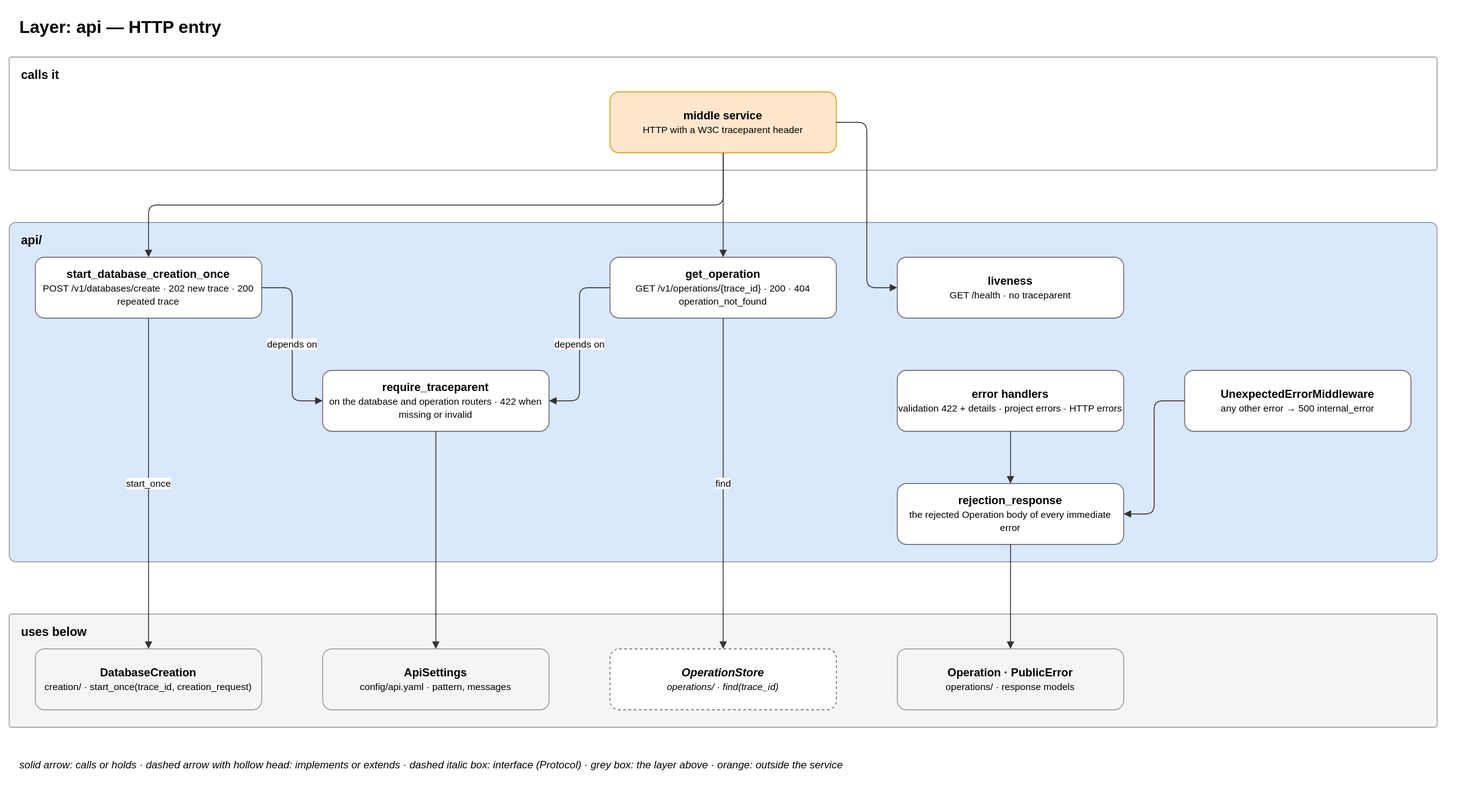
The draw.io diagram docs/diagrams/03-layer-api.drawio.svg in EliShteinman/redis-enterprise-services, before a commit. Source tidied: cells renumbered, new cells last; positions are measured from the earlier drawing's top-left corner, leaving out a move shared by most shapes.
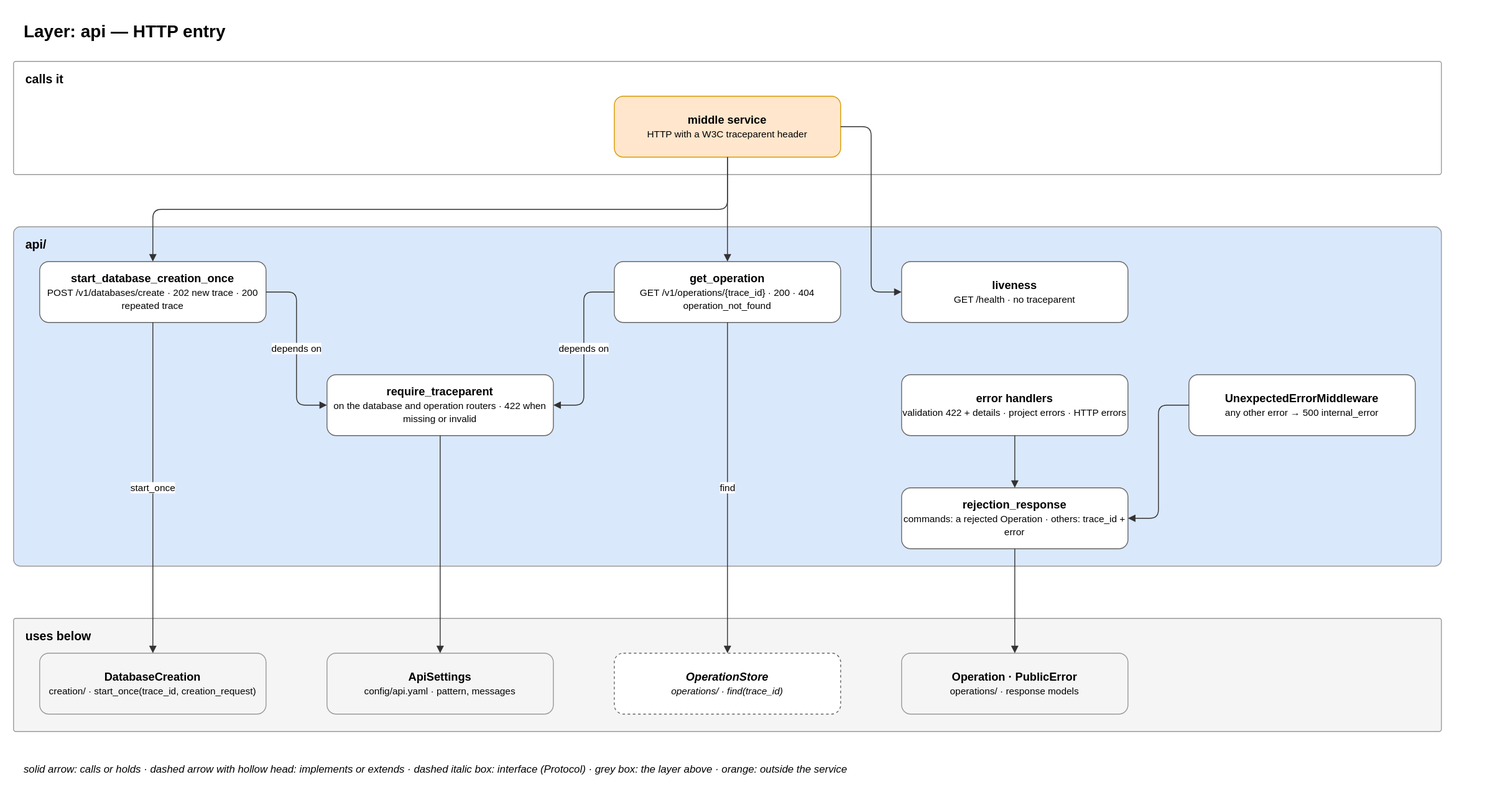
The same file after the commit.

Commit message:
docs(contract): errors outside commands have no operation status

The status query (and an unknown path) answers errors as {trace_id, error}.
A 404 for an expired trace id no longer reads like a rejected operation.
Only a command keeps the rejected Operation body.

What changed in the source:
```diff
@@ -32,7 +32,7 @@
     <mxCell id="11" value="&lt;b&gt;UnexpectedErrorMiddleware&lt;/b&gt;&lt;br&gt;&lt;font style='font-size:11px'&gt;any other error → 500 internal_error&lt;/font&gt;" style="rounded=1;whiteSpace=wrap;html=1;fillColor=#ffffff;strokeColor=#666666;fontSize=13;" parent="1" vertex="1">
       <mxGeometry x="1350" y="415" width="260" height="70" as="geometry" />
     </mxCell>
-    <mxCell id="12" value="&lt;b&gt;rejection_response&lt;/b&gt;&lt;br&gt;&lt;font style='font-size:11px'&gt;the rejected Operation body of every immediate error&lt;/font&gt;" style="rounded=1;whiteSpace=wrap;html=1;fillColor=#ffffff;strokeColor=#666666;fontSize=13;" parent="1" vertex="1">
+    <mxCell id="12" value="&lt;b&gt;rejection_response&lt;/b&gt;&lt;br&gt;&lt;font style='font-size:11px'&gt;commands: a rejected Operation · others: trace_id + error&lt;/font&gt;" style="rounded=1;whiteSpace=wrap;html=1;fillColor=#ffffff;strokeColor=#666666;fontSize=13;" parent="1" vertex="1">
       <mxGeometry x="1020" y="545" width="260" height="70" as="geometry" />
     </mxCell>
     <mxCell id="13" value="&lt;b&gt;uses below&lt;/b&gt;" style="rounded=1;arcSize=2;fillColor=#f5f5f5;strokeColor=#999999;verticalAlign=top;align=left;spacingLeft=12;spacingTop=6;html=1;fontSize=14;" parent="1" vertex="1">
```
